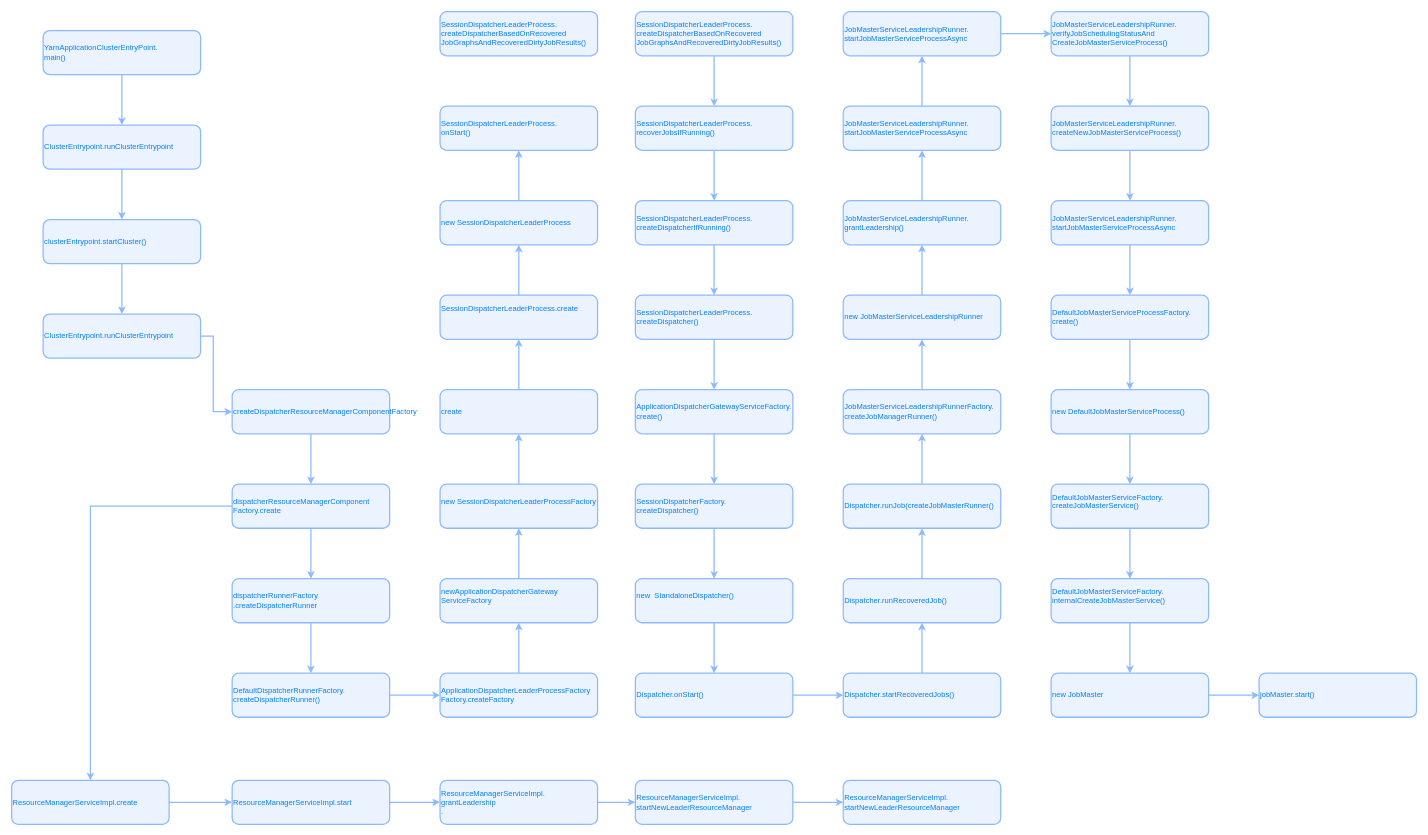
2pc/mydrawio keeps this draw.io diagram as flink/任务启动流程.drawio. Above is the earlier version. Source tidied: cells renumbered, new cells numbered last; positions are measured from the earlier drawing's top-left corner, leaving out a move shared by most shapes. Both pictures are drawn from the tidied source at 63%, with x=0, y=0 at pixel (11, 11).
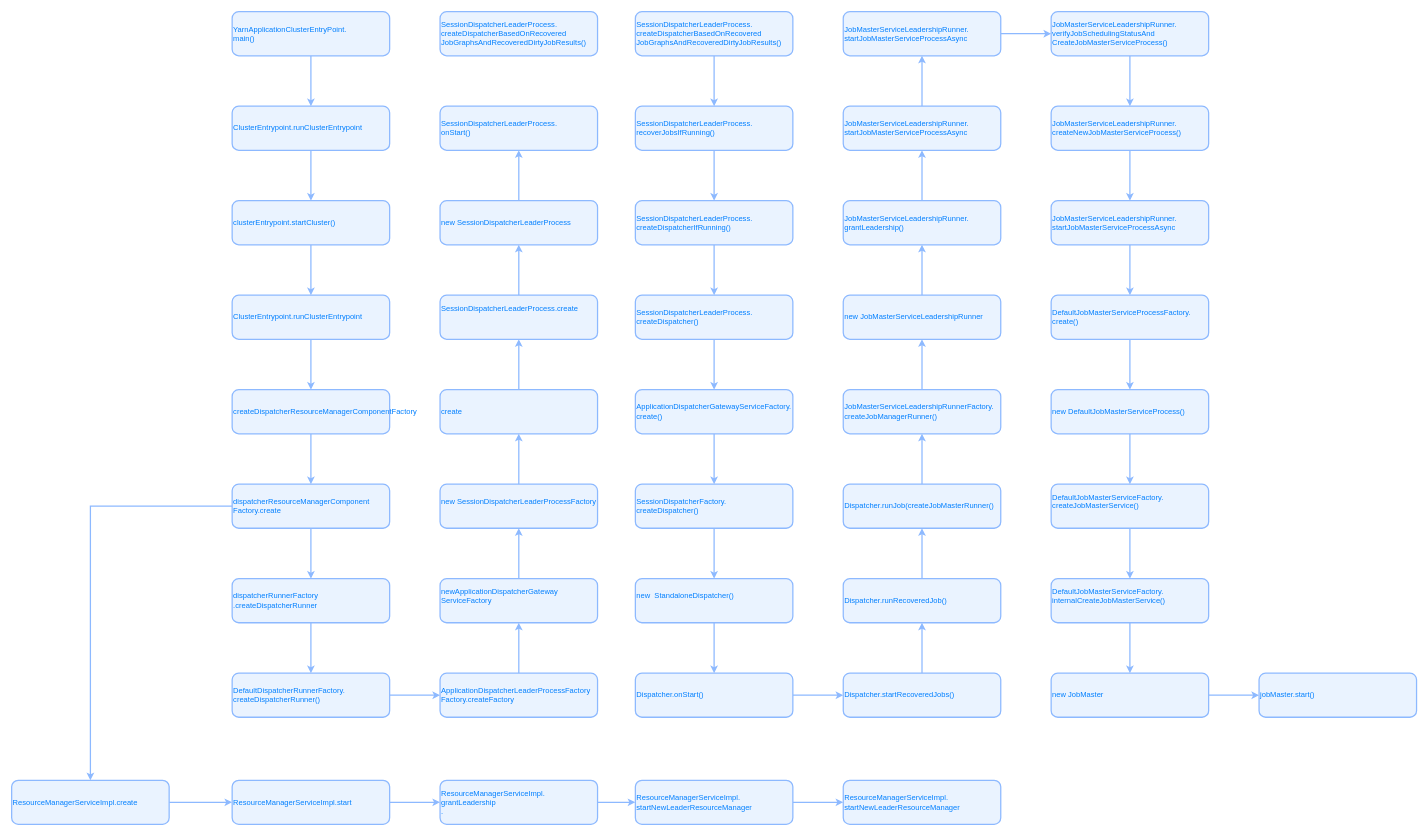
Above is the later version.

Commit message:
更新任务启动流程.drawio

The change refers to these unchanged cells:
```xml
<mxCell id="61" value="&lt;font color=&quot;#007fff&quot;&gt;createDispatcherResourceManagerComponentFactory&lt;br&gt;&lt;/font&gt;" style="rounded=1;whiteSpace=wrap;html=1;align=left;fillColor=#EAF3FF;strokeColor=#8DB9FF;strokeWidth=2;" parent="1" vertex="1">
  <mxGeometry x="350" y="600" width="250" height="70" as="geometry" />
</mxCell>
```

Diff of the diagram source:
```diff
@@
     <mxCell id="53" value="&lt;font color=&quot;#007fff&quot;&gt;YarnApplicationClusterEntryPoint.&lt;br&gt;main()&lt;br&gt;&lt;/font&gt;" style="rounded=1;whiteSpace=wrap;html=1;align=left;fillColor=#EAF3FF;strokeColor=#8DB9FF;strokeWidth=2;" parent="1" vertex="1">
-      <mxGeometry x="50" y="30" width="250" height="70" as="geometry" />
+      <mxGeometry x="350" width="250" height="70" as="geometry" />
     </mxCell>
@@
     <mxCell id="55" value="&lt;font color=&quot;#007fff&quot;&gt;ClusterEntrypoint.runClusterEntrypoint&lt;br&gt;&lt;/font&gt;" style="rounded=1;whiteSpace=wrap;html=1;align=left;fillColor=#EAF3FF;strokeColor=#8DB9FF;strokeWidth=2;" parent="1" vertex="1">
-      <mxGeometry x="50" y="180" width="250" height="70" as="geometry" />
+      <mxGeometry x="350" y="150" width="250" height="70" as="geometry" />
     </mxCell>
@@
     <mxCell id="57" value="&lt;font color=&quot;#007fff&quot;&gt;clusterEntrypoint.startCluster()&lt;br&gt;&lt;/font&gt;" style="rounded=1;whiteSpace=wrap;html=1;align=left;fillColor=#EAF3FF;strokeColor=#8DB9FF;strokeWidth=2;" parent="1" vertex="1">
-      <mxGeometry x="50" y="330" width="250" height="70" as="geometry" />
+      <mxGeometry x="350" y="300" width="250" height="70" as="geometry" />
     </mxCell>
-    <mxCell id="58" style="edgeStyle=orthogonalEdgeStyle;rounded=0;jettySize=auto;html=1;fontColor=#FFFFFF;strokeColor=#8DB9FF;strokeWidth=2;" parent="1" edge="1" source="59" target="61">
-      <mxGeometry relative="1" as="geometry">
-        <Array as="points">
-          <mxPoint x="320" y="515" />
-          <mxPoint x="320" y="635" />
-        </Array>
-      </mxGeometry>
+    <mxCell id="58" style="edgeStyle=orthogonalEdgeStyle;shape=connector;rounded=0;jettySize=auto;html=1;exitX=0.5;exitY=1;exitDx=0;exitDy=0;entryX=0.5;entryY=0;entryDx=0;entryDy=0;labelBackgroundColor=default;fontFamily=Helvetica;fontSize=11;fontColor=#FFFFFF;endArrow=classic;strokeColor=#8DB9FF;strokeWidth=2;" parent="1" edge="1" source="59" target="61">
+      <mxGeometry relative="1" as="geometry" />
     </mxCell>
     <mxCell id="59" value="&lt;font color=&quot;#007fff&quot;&gt;ClusterEntrypoint.runClusterEntrypoint&lt;br&gt;&lt;/font&gt;" style="rounded=1;whiteSpace=wrap;html=1;align=left;fillColor=#EAF3FF;strokeColor=#8DB9FF;strokeWidth=2;" parent="1" vertex="1">
-      <mxGeometry x="50" y="480" width="250" height="70" as="geometry" />
+      <mxGeometry x="350" y="450" width="250" height="70" as="geometry" />
     </mxCell>
```
